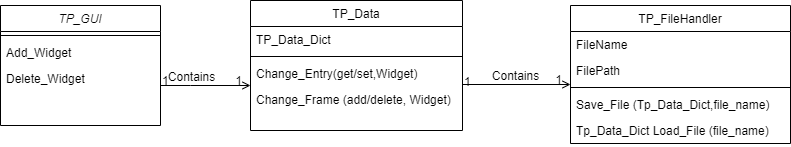
This is Architecture/TP_ClassDiagram.png from JacquelineBashta/TripPlanner, a draw.io export, as it was before one commit. Source tidied: cells renumbered, new cells last; positions are measured from the earlier drawing's top-left corner, leaving out a move shared by most shapes. Its diagram source:
```xml
<mxGraphModel>
  <root>
    <mxCell id="0" />
    <mxCell id="1" parent="0" />
    <mxCell id="2" value="TP_GUI" style="swimlane;fontStyle=2;align=center;verticalAlign=top;horizontal=1;startSize=26;rounded=0;shadow=0;strokeWidth=1;" parent="1" vertex="1">
      <mxGeometry y="5" width="160" height="120" as="geometry" />
    </mxCell>
    <mxCell id="3" style="line;html=1;strokeWidth=1;align=left;verticalAlign=middle;spacingTop=-1;spacingLeft=3;spacingRight=3;labelPosition=right;" parent="2" vertex="1">
      <mxGeometry y="26" width="160" height="8" as="geometry" />
    </mxCell>
    <mxCell id="4" value="Add_Widget" style="text;align=left;verticalAlign=top;spacingLeft=4;spacingRight=4;overflow=hidden;" parent="2" vertex="1">
      <mxGeometry y="34" width="160" height="26" as="geometry" />
    </mxCell>
    <mxCell id="5" value="Delete_Widget" style="text;align=left;verticalAlign=top;spacingLeft=4;spacingRight=4;overflow=hidden;" parent="2" vertex="1">
      <mxGeometry y="60" width="160" height="26" as="geometry" />
    </mxCell>
    <mxCell id="6" value="TP_FileHandler" style="swimlane;fontStyle=0;align=center;verticalAlign=top;horizontal=1;startSize=26;rounded=0;shadow=0;strokeWidth=1;" parent="1" vertex="1">
      <mxGeometry x="570" y="5" width="220" height="138" as="geometry" />
    </mxCell>
    <mxCell id="7" value="FileName" style="text;align=left;verticalAlign=top;spacingLeft=4;spacingRight=4;overflow=hidden;" parent="6" vertex="1">
      <mxGeometry y="26" width="220" height="26" as="geometry" />
    </mxCell>
    <mxCell id="8" value="FilePath" style="text;align=left;verticalAlign=top;spacingLeft=4;spacingRight=4;overflow=hidden;rounded=0;shadow=0;html=0;" parent="6" vertex="1">
      <mxGeometry y="52" width="220" height="26" as="geometry" />
    </mxCell>
    <mxCell id="9" style="line;html=1;strokeWidth=1;align=left;verticalAlign=middle;spacingTop=-1;spacingLeft=3;spacingRight=3;labelPosition=right;points=[];portConstraint=eastwest;" parent="6" vertex="1">
      <mxGeometry y="78" width="220" height="8" as="geometry" />
    </mxCell>
    <mxCell id="10" value="Save_File (Tp_Data_Dict,file_name)" style="text;align=left;verticalAlign=top;spacingLeft=4;spacingRight=4;overflow=hidden;fontStyle=0;" parent="6" vertex="1">
      <mxGeometry y="86" width="220" height="26" as="geometry" />
    </mxCell>
    <mxCell id="11" value="Tp_Data_Dict Load_File (file_name)" style="text;align=left;verticalAlign=top;spacingLeft=4;spacingRight=4;overflow=hidden;" parent="6" vertex="1">
      <mxGeometry y="112" width="220" height="26" as="geometry" />
    </mxCell>
    <mxCell id="12" value="TP_Data" style="swimlane;fontStyle=0;align=center;verticalAlign=top;horizontal=1;startSize=26;rounded=0;shadow=0;strokeWidth=1;" parent="1" vertex="1">
      <mxGeometry x="250" width="212" height="130" as="geometry" />
    </mxCell>
    <mxCell id="13" value="TP_Data_Dict" style="text;align=left;verticalAlign=top;spacingLeft=4;spacingRight=4;overflow=hidden;" parent="12" vertex="1">
      <mxGeometry y="26" width="212" height="26" as="geometry" />
    </mxCell>
    <mxCell id="14" style="line;html=1;strokeWidth=1;align=left;verticalAlign=middle;spacingTop=-1;spacingLeft=3;spacingRight=3;labelPosition=right;" parent="12" vertex="1">
      <mxGeometry y="52" width="212" height="8" as="geometry" />
    </mxCell>
    <mxCell id="15" value="Change_Entry(get/set,Widget)" style="text;align=left;verticalAlign=top;spacingLeft=4;spacingRight=4;overflow=hidden;" parent="12" vertex="1">
      <mxGeometry y="60" width="212" height="26" as="geometry" />
    </mxCell>
    <mxCell id="16" value="Change_Frame (add/delete, Widget)" style="text;align=left;verticalAlign=top;spacingLeft=4;spacingRight=4;overflow=hidden;points=[[0,0.5],[1,0.5]];portConstraint=eastwest;" parent="12" vertex="1">
      <mxGeometry y="86" width="212" height="26" as="geometry" />
    </mxCell>
    <mxCell id="17" style="endArrow=open;shadow=0;strokeWidth=1;rounded=0;endFill=1;edgeStyle=elbowEdgeStyle;elbow=vertical;" parent="1" edge="1" source="2" target="12">
      <mxGeometry x="0.5" y="41" relative="1" as="geometry">
        <Array as="points">
          <mxPoint x="190" y="85" />
        </Array>
        <mxPoint x="-40" y="32" as="offset" />
      </mxGeometry>
    </mxCell>
    <mxCell id="18" value="1" style="align=left;verticalAlign=bottom;labelBackgroundColor=none;fontSize=12;" parent="17" vertex="1">
      <mxGeometry x="-1" relative="1" as="geometry">
        <mxPoint y="4" as="offset" />
      </mxGeometry>
    </mxCell>
    <mxCell id="19" value="1" style="align=right;verticalAlign=bottom;labelBackgroundColor=none;fontSize=12;" parent="17" vertex="1">
      <mxGeometry x="1" relative="1" as="geometry">
        <mxPoint x="-7" y="4" as="offset" />
      </mxGeometry>
    </mxCell>
    <mxCell id="20" value="Contains" style="text;html=1;align=center;verticalAlign=middle;labelBackgroundColor=none;rounded=0;shadow=0;strokeWidth=1;fontSize=12;" parent="17" vertex="1">
      <mxGeometry x="0.5" y="49" relative="1" as="geometry">
        <mxPoint x="-38" y="40" as="offset" />
      </mxGeometry>
    </mxCell>
    <mxCell id="21" style="endArrow=open;shadow=0;strokeWidth=1;rounded=0;endFill=1;edgeStyle=elbowEdgeStyle;elbow=vertical;exitX=1;exitY=0.5;exitDx=0;exitDy=0;" parent="1" edge="1" source="16" target="9">
      <mxGeometry x="0.5" y="41" relative="1" as="geometry">
        <Array as="points">
          <mxPoint x="560" y="84" />
        </Array>
        <mxPoint x="-40" y="32" as="offset" />
      </mxGeometry>
    </mxCell>
    <mxCell id="22" value="1" style="align=left;verticalAlign=bottom;labelBackgroundColor=none;fontSize=12;" parent="21" vertex="1">
      <mxGeometry x="-1" relative="1" as="geometry">
        <mxPoint y="-9" as="offset" />
      </mxGeometry>
    </mxCell>
    <mxCell id="23" value="1" style="align=right;verticalAlign=bottom;labelBackgroundColor=none;fontSize=12;" parent="21" vertex="1">
      <mxGeometry x="1" relative="1" as="geometry">
        <mxPoint x="-7" y="4" as="offset" />
      </mxGeometry>
    </mxCell>
    <mxCell id="24" value="Contains" style="text;html=1;align=center;verticalAlign=middle;labelBackgroundColor=none;rounded=0;shadow=0;strokeWidth=1;fontSize=12;" parent="21" vertex="1">
      <mxGeometry x="0.5" y="49" relative="1" as="geometry">
        <mxPoint x="-25" y="40" as="offset" />
      </mxGeometry>
    </mxCell>
  </root>
</mxGraphModel>
```
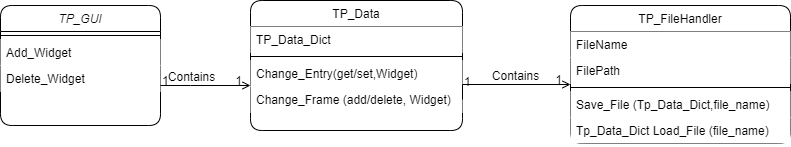
After the commit.

Change to the diagram source:
```diff
@@ -2,49 +2,49 @@
   <root>
     <mxCell id="0" />
     <mxCell id="1" parent="0" />
-    <mxCell id="2" value="TP_GUI" style="swimlane;fontStyle=2;align=center;verticalAlign=top;horizontal=1;startSize=26;rounded=0;shadow=0;strokeWidth=1;" parent="1" vertex="1">
+    <mxCell id="2" value="TP_GUI" style="swimlane;fontStyle=2;align=center;verticalAlign=top;horizontal=1;startSize=26;rounded=1;shadow=0;strokeWidth=1;sketch=0;glass=0;" parent="1" vertex="1">
       <mxGeometry y="5" width="160" height="120" as="geometry" />
     </mxCell>
     <mxCell id="3" style="line;html=1;strokeWidth=1;align=left;verticalAlign=middle;spacingTop=-1;spacingLeft=3;spacingRight=3;labelPosition=right;" parent="2" vertex="1">
       <mxGeometry y="26" width="160" height="8" as="geometry" />
     </mxCell>
-    <mxCell id="4" value="Add_Widget" style="text;align=left;verticalAlign=top;spacingLeft=4;spacingRight=4;overflow=hidden;" parent="2" vertex="1">
+    <mxCell id="4" value="Add_Widget" style="text;align=left;verticalAlign=top;spacingLeft=4;spacingRight=4;overflow=hidden;fillColor=default;" parent="2" vertex="1">
       <mxGeometry y="34" width="160" height="26" as="geometry" />
     </mxCell>
-    <mxCell id="5" value="Delete_Widget" style="text;align=left;verticalAlign=top;spacingLeft=4;spacingRight=4;overflow=hidden;" parent="2" vertex="1">
+    <mxCell id="5" value="Delete_Widget" style="text;align=left;verticalAlign=top;spacingLeft=4;spacingRight=4;overflow=hidden;fillColor=default;" parent="2" vertex="1">
       <mxGeometry y="60" width="160" height="26" as="geometry" />
     </mxCell>
-    <mxCell id="6" value="TP_FileHandler" style="swimlane;fontStyle=0;align=center;verticalAlign=top;horizontal=1;startSize=26;rounded=0;shadow=0;strokeWidth=1;" parent="1" vertex="1">
+    <mxCell id="6" value="TP_FileHandler" style="swimlane;fontStyle=0;align=center;verticalAlign=top;horizontal=1;startSize=26;rounded=1;shadow=0;strokeWidth=1;labelBackgroundColor=none;gradientColor=none;swimlaneFillColor=none;" parent="1" vertex="1">
       <mxGeometry x="570" y="5" width="220" height="138" as="geometry" />
     </mxCell>
-    <mxCell id="7" value="FileName" style="text;align=left;verticalAlign=top;spacingLeft=4;spacingRight=4;overflow=hidden;" parent="6" vertex="1">
+    <mxCell id="7" value="FileName" style="text;align=left;verticalAlign=top;spacingLeft=4;spacingRight=4;overflow=hidden;fillColor=default;" parent="6" vertex="1">
       <mxGeometry y="26" width="220" height="26" as="geometry" />
     </mxCell>
-    <mxCell id="8" value="FilePath" style="text;align=left;verticalAlign=top;spacingLeft=4;spacingRight=4;overflow=hidden;rounded=0;shadow=0;html=0;" parent="6" vertex="1">
+    <mxCell id="8" value="FilePath" style="text;align=left;verticalAlign=top;spacingLeft=4;spacingRight=4;overflow=hidden;rounded=0;shadow=0;html=0;fillColor=default;" parent="6" vertex="1">
       <mxGeometry y="52" width="220" height="26" as="geometry" />
     </mxCell>
     <mxCell id="9" style="line;html=1;strokeWidth=1;align=left;verticalAlign=middle;spacingTop=-1;spacingLeft=3;spacingRight=3;labelPosition=right;points=[];portConstraint=eastwest;" parent="6" vertex="1">
       <mxGeometry y="78" width="220" height="8" as="geometry" />
     </mxCell>
-    <mxCell id="10" value="Save_File (Tp_Data_Dict,file_name)" style="text;align=left;verticalAlign=top;spacingLeft=4;spacingRight=4;overflow=hidden;fontStyle=0;" parent="6" vertex="1">
+    <mxCell id="10" value="Save_File (Tp_Data_Dict,file_name)" style="text;align=left;verticalAlign=top;spacingLeft=4;spacingRight=4;overflow=hidden;fontStyle=0;fillColor=default;" parent="6" vertex="1">
       <mxGeometry y="86" width="220" height="26" as="geometry" />
     </mxCell>
-    <mxCell id="11" value="Tp_Data_Dict Load_File (file_name)" style="text;align=left;verticalAlign=top;spacingLeft=4;spacingRight=4;overflow=hidden;" parent="6" vertex="1">
+    <mxCell id="11" value="Tp_Data_Dict Load_File (file_name)" style="text;align=left;verticalAlign=top;spacingLeft=4;spacingRight=4;overflow=hidden;fillColor=default;" parent="6" vertex="1">
       <mxGeometry y="112" width="220" height="26" as="geometry" />
     </mxCell>
-    <mxCell id="12" value="TP_Data" style="swimlane;fontStyle=0;align=center;verticalAlign=top;horizontal=1;startSize=26;rounded=0;shadow=0;strokeWidth=1;" parent="1" vertex="1">
+    <mxCell id="12" value="TP_Data" style="swimlane;fontStyle=0;align=center;verticalAlign=top;horizontal=1;startSize=26;rounded=1;shadow=0;strokeWidth=1;" parent="1" vertex="1">
       <mxGeometry x="250" width="212" height="130" as="geometry" />
     </mxCell>
-    <mxCell id="13" value="TP_Data_Dict" style="text;align=left;verticalAlign=top;spacingLeft=4;spacingRight=4;overflow=hidden;" parent="12" vertex="1">
+    <mxCell id="13" value="TP_Data_Dict" style="text;align=left;verticalAlign=top;spacingLeft=4;spacingRight=4;overflow=hidden;fillColor=default;" parent="12" vertex="1">
       <mxGeometry y="26" width="212" height="26" as="geometry" />
     </mxCell>
     <mxCell id="14" style="line;html=1;strokeWidth=1;align=left;verticalAlign=middle;spacingTop=-1;spacingLeft=3;spacingRight=3;labelPosition=right;" parent="12" vertex="1">
       <mxGeometry y="52" width="212" height="8" as="geometry" />
     </mxCell>
-    <mxCell id="15" value="Change_Entry(get/set,Widget)" style="text;align=left;verticalAlign=top;spacingLeft=4;spacingRight=4;overflow=hidden;" parent="12" vertex="1">
+    <mxCell id="15" value="Change_Entry(get/set,Widget)" style="text;align=left;verticalAlign=top;spacingLeft=4;spacingRight=4;overflow=hidden;fillColor=default;" parent="12" vertex="1">
       <mxGeometry y="60" width="212" height="26" as="geometry" />
     </mxCell>
-    <mxCell id="16" value="Change_Frame (add/delete, Widget)" style="text;align=left;verticalAlign=top;spacingLeft=4;spacingRight=4;overflow=hidden;points=[[0,0.5],[1,0.5]];portConstraint=eastwest;" parent="12" vertex="1">
+    <mxCell id="16" value="Change_Frame (add/delete, Widget)" style="text;align=left;verticalAlign=top;spacingLeft=4;spacingRight=4;overflow=hidden;points=[[0,0.5],[1,0.5]];portConstraint=eastwest;fillColor=default;" parent="12" vertex="1">
       <mxGeometry y="86" width="212" height="26" as="geometry" />
     </mxCell>
     <mxCell id="17" style="endArrow=open;shadow=0;strokeWidth=1;rounded=0;endFill=1;edgeStyle=elbowEdgeStyle;elbow=vertical;" parent="1" edge="1" source="2" target="12">
```
